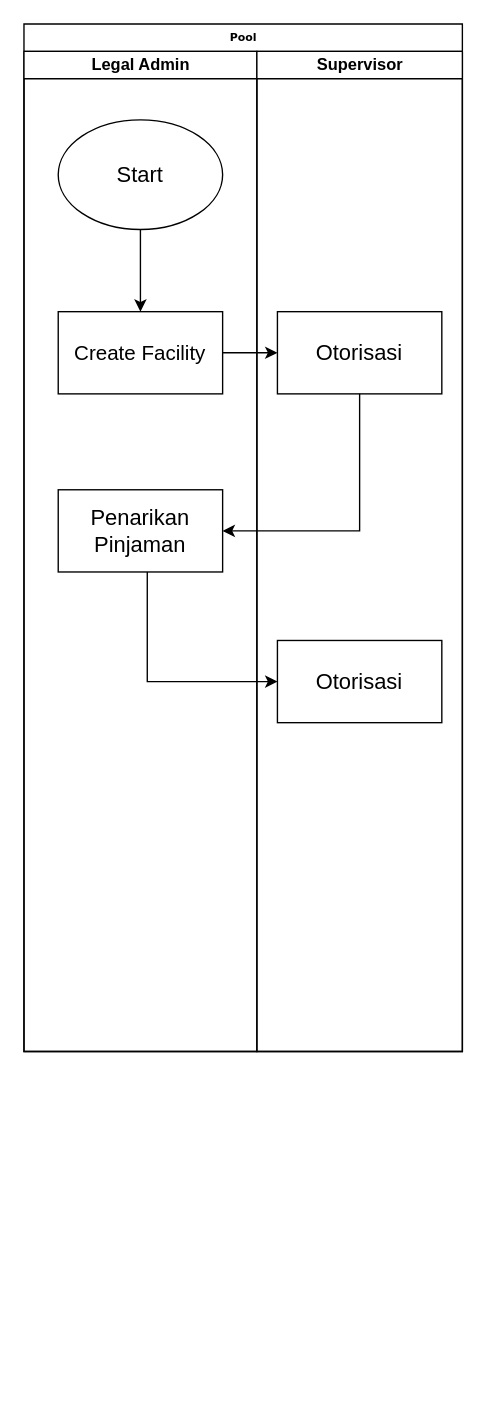
Before: Untitled Diagram.drawio in CharismaJuniK/MyFirstGit, a draw.io diagram. Source tidied: cells renumbered, new cells numbered last; positions are measured from the earlier drawing's top-left corner, leaving out a move shared by most shapes. Both pictures are drawn from the tidied source at 137%, with x=0, y=0 at pixel (23, 23).
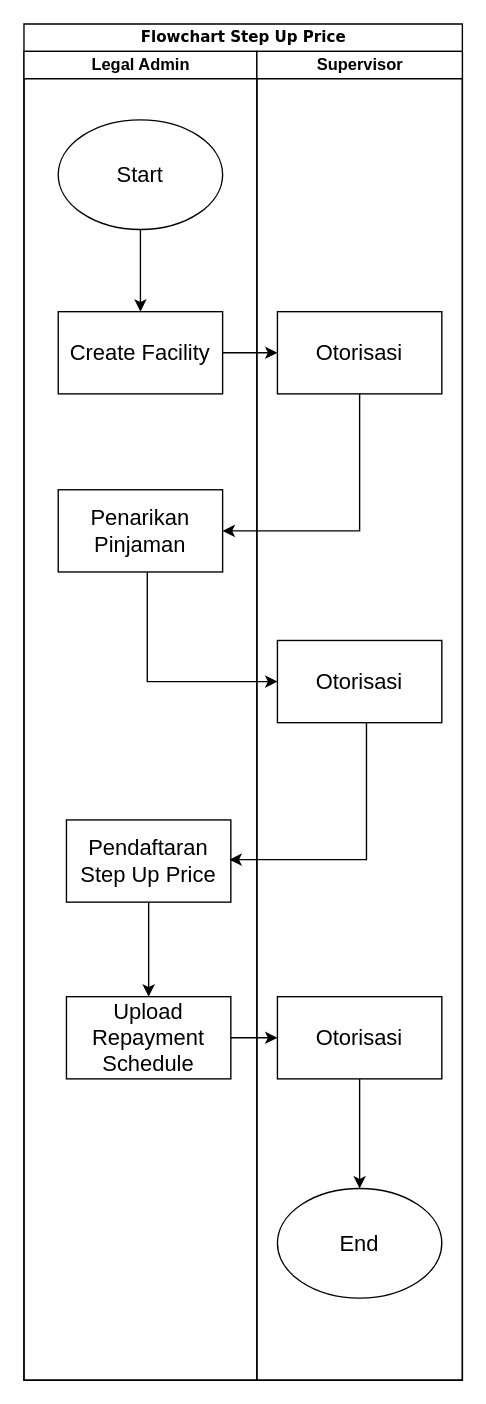
The same diagram, later.

What changed in the source:
```diff
@@
-    <mxCell id="2" value="Pool" style="swimlane;html=1;startSize=20;rounded=0;shadow=0;labelBackgroundColor=none;strokeWidth=1;fontFamily=Verdana;fontSize=8;align=center;" parent="1" vertex="1">
-      <mxGeometry width="320" height="750" as="geometry" />
+    <mxCell id="2" value="&lt;font style=&quot;font-size: 11px&quot;&gt;Flowchart Step Up Price&lt;/font&gt;" style="swimlane;html=1;startSize=20;rounded=0;shadow=0;labelBackgroundColor=none;strokeWidth=1;fontFamily=Verdana;fontSize=8;align=center;" parent="1" vertex="1">
+      <mxGeometry width="320" height="990" as="geometry" />
     </mxCell>
     <mxCell id="3" value="Legal Admin" style="swimlane;html=1;startSize=20;" parent="2" vertex="1">
-      <mxGeometry y="20" width="170" height="730" as="geometry" />
+      <mxGeometry y="20" width="170" height="970" as="geometry" />
     </mxCell>
@@
-    <mxCell id="6" value="&lt;font style=&quot;font-size: 15px&quot;&gt;Create Facility&lt;/font&gt;" style="rounded=0;whiteSpace=wrap;html=1;" parent="3" vertex="1">
+    <mxCell id="6" value="&lt;font style=&quot;font-size: 16px&quot;&gt;Create Facility&lt;/font&gt;" style="rounded=0;whiteSpace=wrap;html=1;" parent="3" vertex="1">
       <mxGeometry x="25" y="190" width="120" height="60" as="geometry" />
     </mxCell>
@@
+    <mxCell id="14" style="edgeStyle=orthogonalEdgeStyle;rounded=0;jettySize=auto;html=1;" parent="3" edge="1" source="15" target="16">
+      <mxGeometry relative="1" as="geometry" />
+    </mxCell>
+    <mxCell id="15" value="&lt;font style=&quot;font-size: 16px&quot;&gt;Pendaftaran Step Up Price&lt;/font&gt;" style="rounded=0;whiteSpace=wrap;html=1;" parent="3" vertex="1">
+      <mxGeometry x="31" y="561" width="120" height="60" as="geometry" />
+    </mxCell>
+    <mxCell id="16" value="&lt;font style=&quot;font-size: 16px&quot;&gt;Upload Repayment Schedule&lt;/font&gt;" style="rounded=0;whiteSpace=wrap;html=1;" parent="3" vertex="1">
+      <mxGeometry x="31" y="690" width="120" height="60" as="geometry" />
+    </mxCell>
     <mxCell id="9" value="Supervisor" style="swimlane;html=1;startSize=20;" parent="2" vertex="1">
-      <mxGeometry x="170" y="20" width="150" height="730" as="geometry" />
+      <mxGeometry x="170" y="20" width="150" height="970" as="geometry" />
     </mxCell>
@@
+    <mxCell id="17" style="edgeStyle=orthogonalEdgeStyle;rounded=0;orthogonalLoop=1;jettySize=auto;html=1;exitX=0.5;exitY=1;exitDx=0;exitDy=0;" parent="9" edge="1">
+      <mxGeometry relative="1" as="geometry">
+        <mxPoint x="80" y="490" as="sourcePoint" />
+        <mxPoint x="-20" y="590" as="targetPoint" />
+        <Array as="points">
+          <mxPoint x="80" y="590" />
+        </Array>
+      </mxGeometry>
+    </mxCell>
+    <mxCell id="18" value="&lt;font style=&quot;font-size: 16px&quot;&gt;Otorisasi&lt;/font&gt;" style="rounded=0;whiteSpace=wrap;html=1;" parent="9" vertex="1">
+      <mxGeometry x="15" y="690" width="120" height="60" as="geometry" />
+    </mxCell>
+    <mxCell id="19" value="&lt;font style=&quot;font-size: 16px&quot;&gt;End&lt;/font&gt;" style="ellipse;whiteSpace=wrap;html=1;" parent="9" vertex="1">
+      <mxGeometry x="15" y="830" width="120" height="80" as="geometry" />
+    </mxCell>
@@
+    <mxCell id="20" style="edgeStyle=orthogonalEdgeStyle;rounded=0;jettySize=auto;html=1;entryX=0;entryY=0.5;entryDx=0;entryDy=0;" parent="2" edge="1" source="16" target="18">
+      <mxGeometry relative="1" as="geometry" />
+    </mxCell>
+    <mxCell id="21" style="edgeStyle=orthogonalEdgeStyle;rounded=0;jettySize=auto;html=1;" parent="1" edge="1" source="18">
+      <mxGeometry relative="1" as="geometry">
+        <mxPoint x="245" y="850" as="targetPoint" />
+      </mxGeometry>
+    </mxCell>
```
